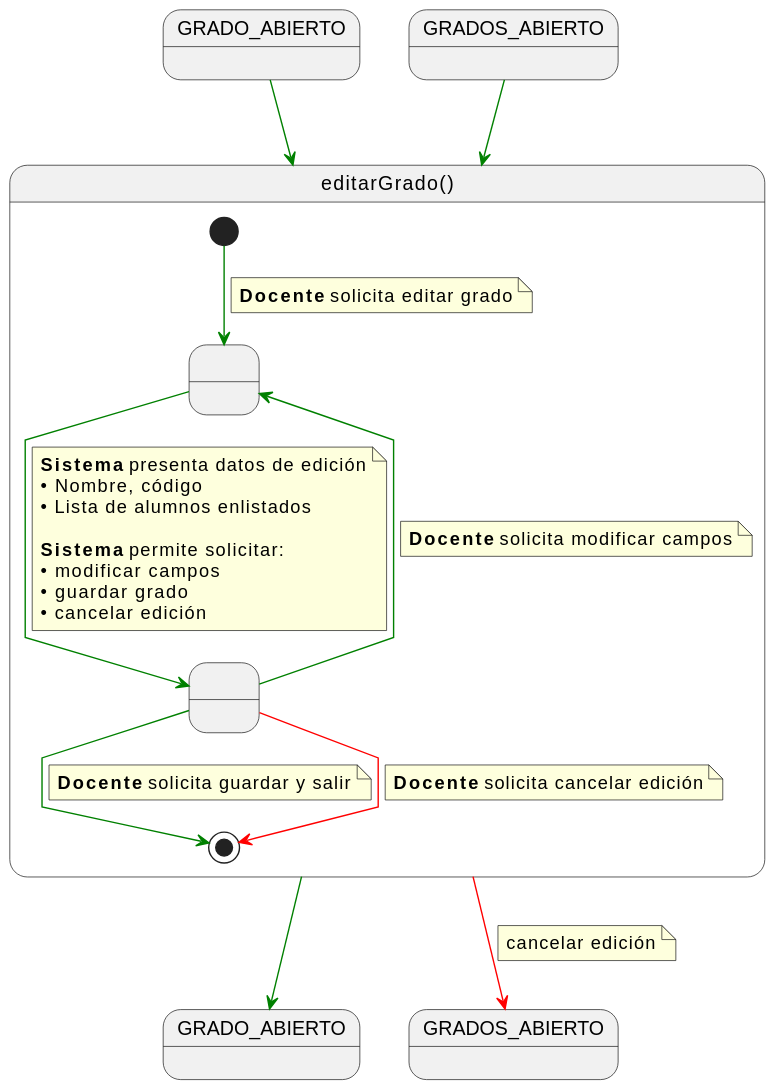
Above: documents/casos-de-uso/detalladoCasosDeUso/editarGrado/editarGrado.svg in martinlopez7/25-26-IdSw1-SdR (PlantUML), before the change.
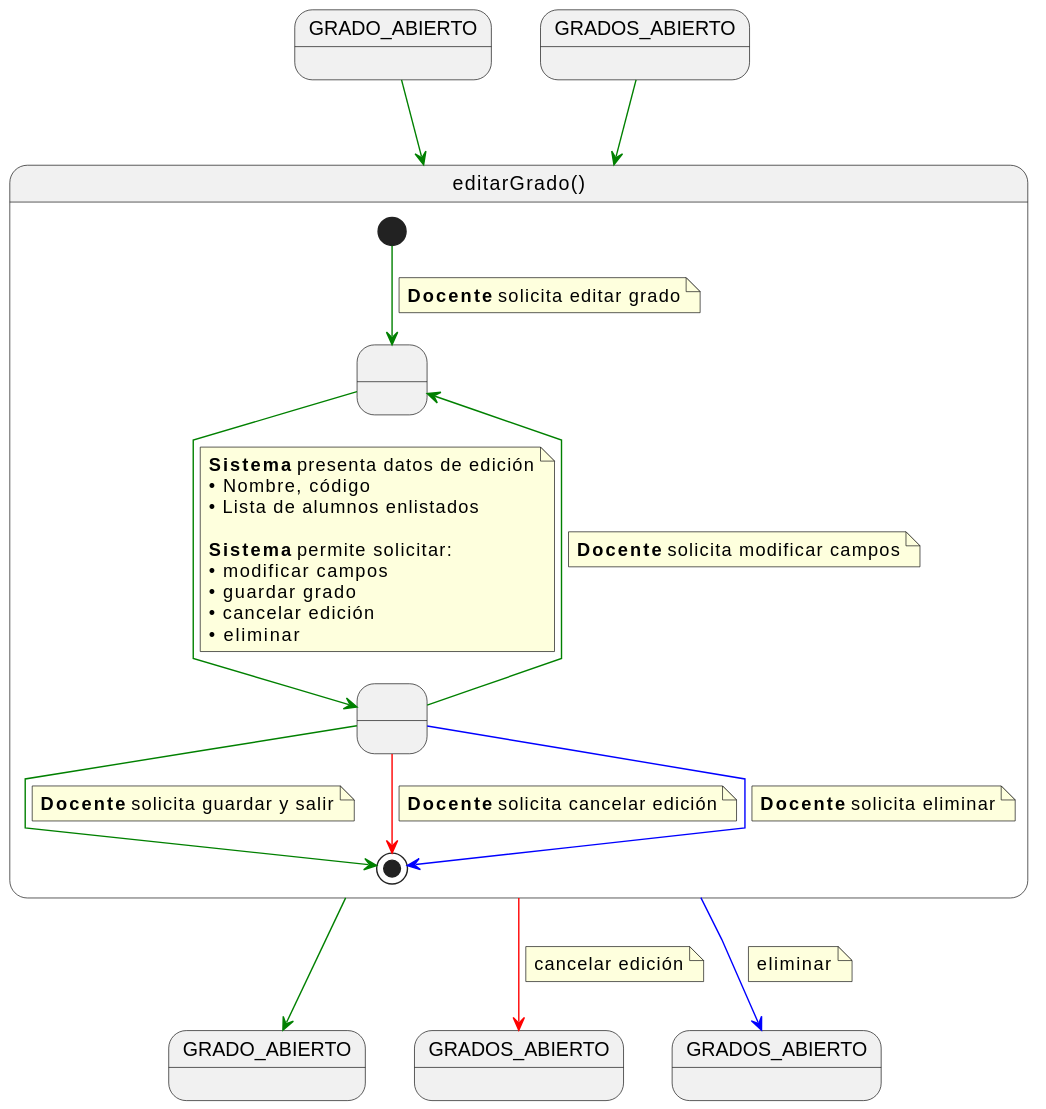
The same file after the commit.

Diff of the diagram source:
```diff
@@ -5,6 +5,7 @@
 state GRADO_ABIERTO2 as "GRADO_ABIERTO"
 state GRADOS_ABIERTO as "GRADOS_ABIERTO"
 state GRADOS_ABIERTO2 as "GRADOS_ABIERTO"
+state GRADOS_ABIERTO3 as "GRADOS_ABIERTO"
 
 state editarGrado as "editarGrado()" {
 
@@ -26,6 +27,7 @@
     • modificar campos
     • guardar grado
     • cancelar edición
+    • eliminar
     end note
 
     GuardandoDatos -[#green]-> EditandoDatos
@@ -43,6 +45,11 @@
     <b>Docente</b> solicita cancelar edición
     end note
 
+    GuardandoDatos -[#blue]-> [*]
+    note on link
+    <b>Docente</b> solicita eliminar
+    end note
+
 }
 
 GRADO_ABIERTO -[#green]-> editarGrado
@@ -55,4 +62,9 @@
 note on link
 cancelar edición
 end note
+
+editarGrado -[#blue]-> GRADOS_ABIERTO3
+note on link
+eliminar
+end note
 @enduml
```
